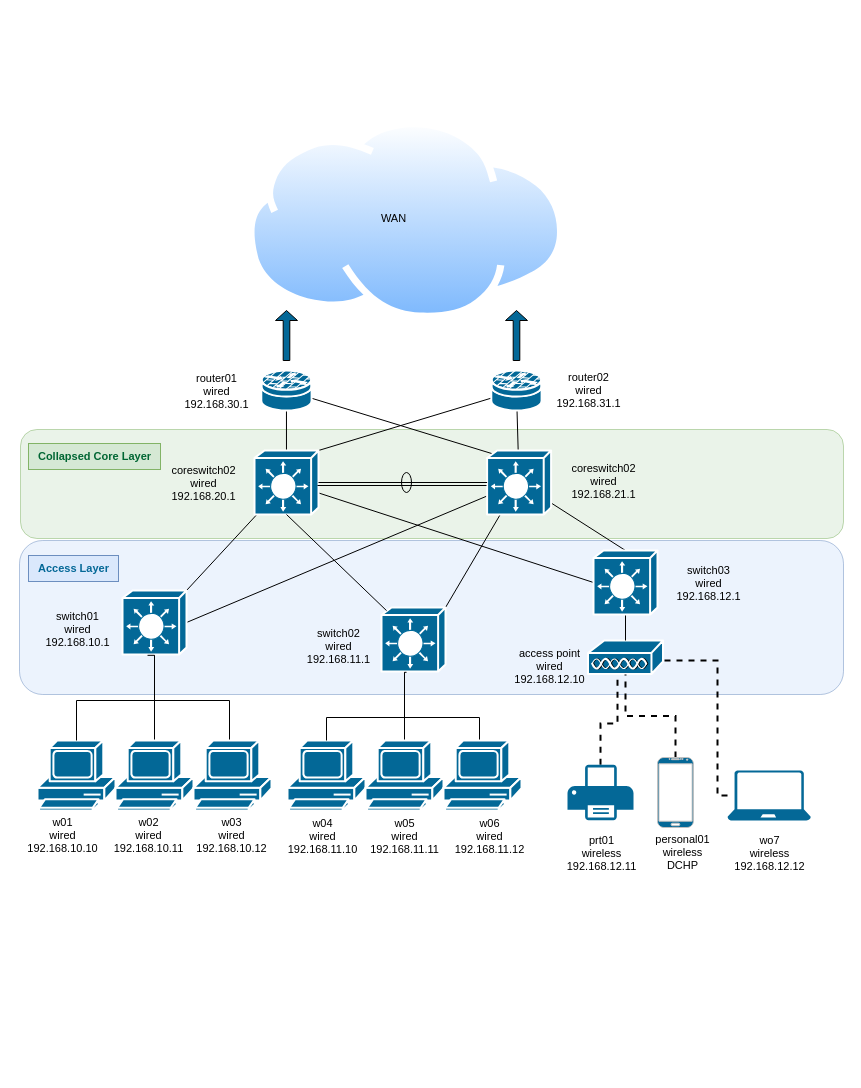
Earlier version of the draw.io diagram page "TIer2" (1 of 2) of SuperNetwork.drawio (Reaimua/Network-Architecture-Project). Source tidied: cells renumbered, new cells numbered last; positions are measured from the earlier drawing's top-left corner, leaving out a move shared by most shapes. Both pictures are drawn from the tidied source at 100%, with x=0, y=0 at pixel (17, 120).
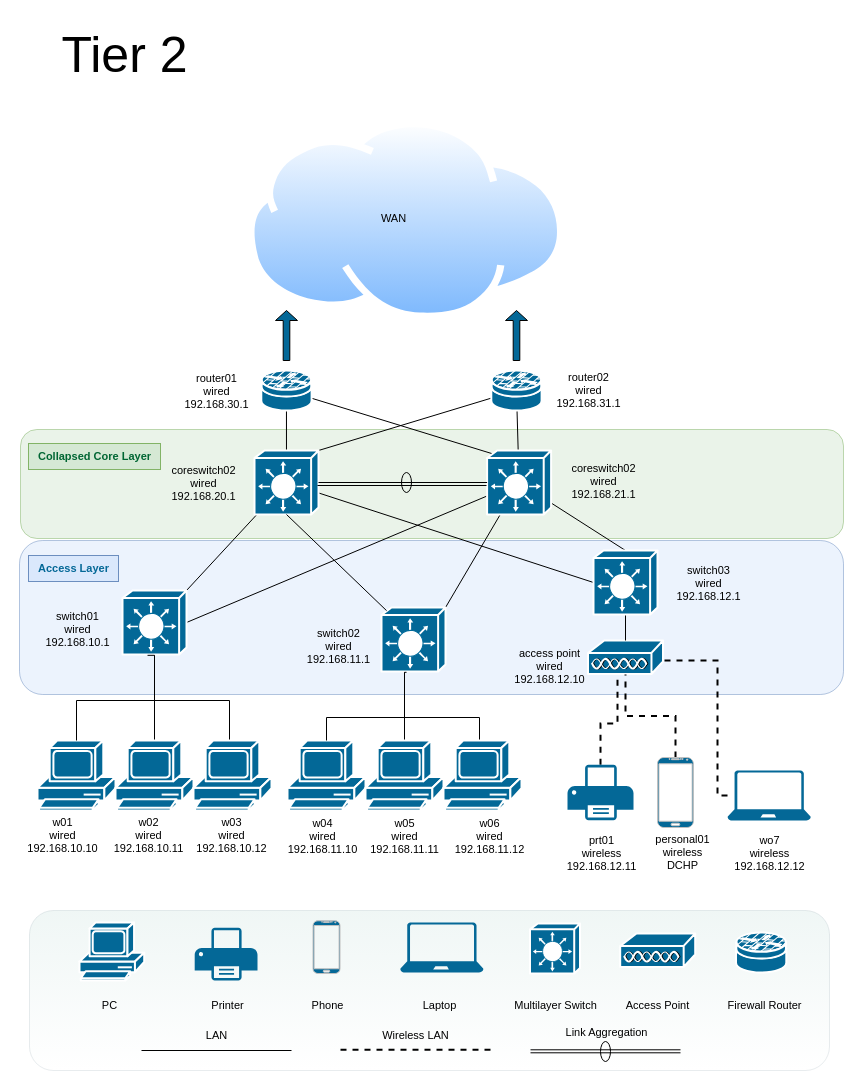
After the change.

The edit, as a diff of the source:
```diff
@@
+    <mxCell id="67" style="rounded=1;whiteSpace=wrap;html=1;fontFamily=Helvetica;fontSize=11;glass=0;opacity=10;fillColor=default;strokeColor=#23445d;gradientColor=#67AB9F;gradientDirection=north;" parent="1" vertex="1">
+      <mxGeometry x="12" y="790" width="800" height="160" as="geometry" />
+    </mxCell>
+    <mxCell id="68" style="shape=mxgraph.cisco.computers_and_peripherals.pc;html=1;dashed=0;fillColor=#036897;strokeColor=#ffffff;strokeWidth=2;verticalLabelPosition=bottom;verticalAlign=top;align=center;" parent="1" vertex="1">
+      <mxGeometry x="62" y="801.9" width="64.7" height="58.1" as="geometry" />
+    </mxCell>
+    <mxCell id="69" style="sketch=0;shadow=0;dashed=0;html=1;strokeColor=none;fillColor=#046897;labelPosition=center;verticalLabelPosition=bottom;verticalAlign=top;align=center;shape=mxgraph.office.devices.printer;fontFamily=Helvetica;fontSize=11;fontColor=default;" parent="1" vertex="1">
+      <mxGeometry x="177.2" y="807.3" width="62.8" height="52.7" as="geometry" />
+    </mxCell>
+    <mxCell id="70" style="verticalLabelPosition=bottom;verticalAlign=top;html=1;shadow=0;dashed=0;strokeWidth=1;shape=mxgraph.android.phone2;strokeColor=#c0c0c0;fontFamily=Helvetica;fontSize=11;fontColor=default;fillColor=#046897;" parent="1" vertex="1">
+      <mxGeometry x="295.5" y="800.3" width="27" height="52.7" as="geometry" />
+    </mxCell>
+    <mxCell id="71" style="sketch=0;shadow=0;dashed=0;html=1;strokeColor=none;labelPosition=center;verticalLabelPosition=bottom;verticalAlign=top;align=center;fillColor=#046897;shape=mxgraph.azure.laptop;fontFamily=Helvetica;fontSize=11;fontColor=default;" parent="1" vertex="1">
+      <mxGeometry x="382.7" y="802" width="83.3" height="50" as="geometry" />
+    </mxCell>
+    <mxCell id="72" style="shape=mxgraph.cisco.switches.layer_3_switch;html=1;dashed=0;fillColor=#036897;strokeColor=#ffffff;strokeWidth=2;verticalLabelPosition=bottom;verticalAlign=top;align=center;fontFamily=Helvetica;fontSize=11;fontColor=default;" parent="1" vertex="1">
+      <mxGeometry x="512.5" y="803" width="50" height="50" as="geometry" />
+    </mxCell>
+    <mxCell id="73" style="shape=mxgraph.cisco.security.router_firewall;html=1;dashed=0;fillColor=#036897;strokeColor=#ffffff;strokeWidth=2;verticalLabelPosition=bottom;verticalAlign=top;align=center;fontFamily=Helvetica;fontSize=11;fontColor=default;" parent="1" vertex="1">
+      <mxGeometry x="718.5" y="812" width="50.3" height="40" as="geometry" />
+    </mxCell>
+    <mxCell id="74" style="shape=mxgraph.cisco.misc.access_point;html=1;dashed=0;fillColor=#036897;strokeColor=#ffffff;strokeWidth=2;verticalLabelPosition=bottom;verticalAlign=top;align=center;fontFamily=Helvetica;fontSize=11;fontColor=default;" parent="1" vertex="1">
+      <mxGeometry x="602.7" y="813" width="75" height="34" as="geometry" />
+    </mxCell>
+    <mxCell id="75" value="PC" style="text;html=1;align=center;verticalAlign=middle;strokeColor=none;fillColor=none;fontSize=11;fontFamily=Helvetica;fontColor=default;" parent="1" vertex="1">
+      <mxGeometry x="72" y="870" width="40" height="30" as="geometry" />
+    </mxCell>
+    <mxCell id="76" value="Printer" style="text;html=1;align=center;verticalAlign=middle;strokeColor=none;fillColor=none;fontSize=11;fontFamily=Helvetica;fontColor=default;" parent="1" vertex="1">
+      <mxGeometry x="180" y="870" width="60" height="30" as="geometry" />
+    </mxCell>
+    <mxCell id="77" value="Phone" style="text;html=1;align=center;verticalAlign=middle;strokeColor=none;fillColor=none;fontSize=11;fontFamily=Helvetica;fontColor=default;" parent="1" vertex="1">
+      <mxGeometry x="280" y="870" width="60" height="30" as="geometry" />
+    </mxCell>
+    <mxCell id="78" value="Laptop" style="text;html=1;align=center;verticalAlign=middle;strokeColor=none;fillColor=none;fontSize=11;fontFamily=Helvetica;fontColor=default;" parent="1" vertex="1">
+      <mxGeometry x="392" y="870" width="60" height="30" as="geometry" />
+    </mxCell>
+    <mxCell id="79" value="Multilayer Switch" style="text;html=1;align=center;verticalAlign=middle;strokeColor=none;fillColor=none;fontSize=11;fontFamily=Helvetica;fontColor=default;" parent="1" vertex="1">
+      <mxGeometry x="482.5" y="870" width="110" height="30" as="geometry" />
+    </mxCell>
+    <mxCell id="80" value="Access Point" style="text;html=1;align=center;verticalAlign=middle;strokeColor=none;fillColor=none;fontSize=11;fontFamily=Helvetica;fontColor=default;" parent="1" vertex="1">
+      <mxGeometry x="595.2" y="870" width="90" height="30" as="geometry" />
+    </mxCell>
+    <mxCell id="81" value="Firewall Router" style="text;html=1;align=center;verticalAlign=middle;strokeColor=none;fillColor=none;fontSize=11;fontFamily=Helvetica;fontColor=default;" parent="1" vertex="1">
+      <mxGeometry x="697" y="870" width="100" height="30" as="geometry" />
+    </mxCell>
+    <mxCell id="82" style="endArrow=none;html=1;rounded=0;labelBackgroundColor=default;strokeColor=default;align=center;verticalAlign=middle;fontFamily=Helvetica;fontSize=11;fontColor=default;shape=connector;" parent="1" edge="1">
+      <mxGeometry relative="1" as="geometry">
+        <mxPoint x="124" y="930" as="sourcePoint" />
+        <mxPoint x="274" y="930" as="targetPoint" />
+      </mxGeometry>
+    </mxCell>
+    <mxCell id="83" value="LAN" style="text;html=1;align=center;verticalAlign=middle;strokeColor=none;fillColor=none;fontSize=11;fontFamily=Helvetica;fontColor=default;" parent="1" vertex="1">
+      <mxGeometry x="179" y="900" width="40" height="30" as="geometry" />
+    </mxCell>
+    <mxCell id="84" value="Wireless LAN" style="text;html=1;align=center;verticalAlign=middle;strokeColor=none;fillColor=none;fontSize=11;fontFamily=Helvetica;fontColor=default;" parent="1" vertex="1">
+      <mxGeometry x="353" y="900" width="90" height="30" as="geometry" />
+    </mxCell>
+    <mxCell id="85" style="endArrow=none;html=1;rounded=0;labelBackgroundColor=default;strokeColor=default;align=center;verticalAlign=middle;fontFamily=Helvetica;fontSize=11;fontColor=default;shape=connector;dashed=1;strokeWidth=2;" parent="1" edge="1">
+      <mxGeometry relative="1" as="geometry">
+        <mxPoint x="323" y="929.3" as="sourcePoint" />
+        <mxPoint x="473" y="929.3" as="targetPoint" />
+      </mxGeometry>
+    </mxCell>
+    <mxCell id="86" value="Link Aggregation" style="text;html=1;align=center;verticalAlign=middle;strokeColor=none;fillColor=none;fontSize=11;fontFamily=Helvetica;fontColor=default;" parent="1" vertex="1">
+      <mxGeometry x="534" y="897" width="110" height="30" as="geometry" />
+    </mxCell>
+    <mxCell id="87" style="endArrow=none;html=1;rounded=0;labelBackgroundColor=default;strokeColor=default;align=center;verticalAlign=middle;fontFamily=Helvetica;fontSize=11;fontColor=default;shape=connector;strokeWidth=1;" parent="1" edge="1">
+      <mxGeometry relative="1" as="geometry">
+        <mxPoint x="513" y="929.3" as="sourcePoint" />
+        <mxPoint x="663" y="929.3" as="targetPoint" />
+      </mxGeometry>
+    </mxCell>
+    <mxCell id="88" style="endArrow=none;html=1;rounded=0;labelBackgroundColor=default;strokeColor=default;align=center;verticalAlign=middle;fontFamily=Helvetica;fontSize=11;fontColor=default;shape=connector;strokeWidth=1;" parent="1" edge="1">
+      <mxGeometry relative="1" as="geometry">
+        <mxPoint x="513" y="932.3" as="sourcePoint" />
+        <mxPoint x="663" y="932.3" as="targetPoint" />
+      </mxGeometry>
+    </mxCell>
+    <mxCell id="89" style="shape=ellipse;html=1;dashed=0;whiteSpace=wrap;perimeter=ellipsePerimeter;fontFamily=Helvetica;fontSize=11;fontColor=default;fillColor=none;rotation=90;" parent="1" vertex="1">
+      <mxGeometry x="578" y="926" width="20" height="10" as="geometry" />
+    </mxCell>
+    <mxCell id="90" value="&lt;font style=&quot;font-size: 50px;&quot;&gt;Tier 2&amp;nbsp;&lt;/font&gt;" style="text;html=1;align=center;verticalAlign=middle;strokeColor=none;fillColor=none;fontSize=11;fontFamily=Helvetica;fontColor=default;" parent="1" vertex="1">
+      <mxGeometry x="34" y="-103" width="159" height="73" as="geometry" />
+    </mxCell>
```
